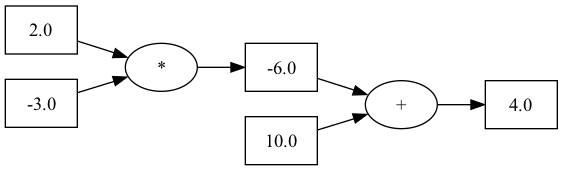
Above: tree.png in LucianBuzzo/gradnite (Graphviz), before the change. Its source is kept beside it as tree.dot.
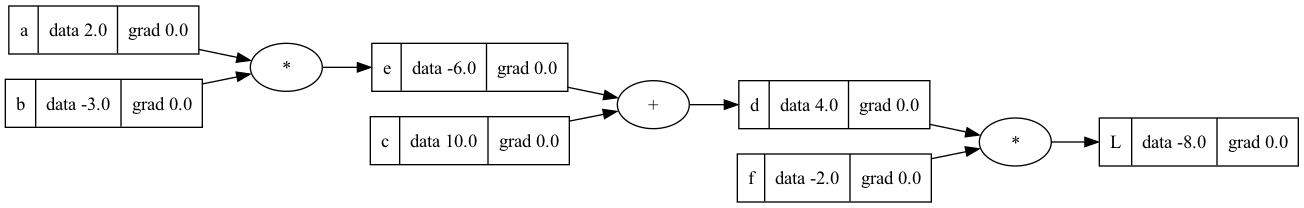
Above is the later version.

What changed in the source:
```diff
@@ -1,16 +1,22 @@
 digraph {
 rankdir=LR;
-n5 [label="{ 4.0 }", shape=record];
+n7 [label="{ L | data -8.0 | grad 0.0 }", shape=record];
+n7mul [label="*"];
+n7mul -> n7;
+n5 [label="{ d | data 4.0 | grad 0.0 }", shape=record];
 n5plus [label="+"];
 n5plus -> n5;
-n4 [label="{ -6.0 }", shape=record];
+n4 [label="{ e | data -6.0 | grad 0.0 }", shape=record];
 n4mul [label="*"];
 n4mul -> n4;
-n1 [label="{ 2.0 }", shape=record];
-n2 [label="{ -3.0 }", shape=record];
-n3 [label="{ 10.0 }", shape=record];
+n1 [label="{ a | data 2.0 | grad 0.0 }", shape=record];
+n2 [label="{ b | data -3.0 | grad 0.0 }", shape=record];
+n3 [label="{ c | data 10.0 | grad 0.0 }", shape=record];
+n6 [label="{ f | data -2.0 | grad 0.0 }", shape=record];
+n5 -> n7mul;
 n4 -> n5plus;
 n1 -> n4mul;
 n2 -> n4mul;
 n3 -> n5plus;
+n6 -> n7mul;
 }
```
